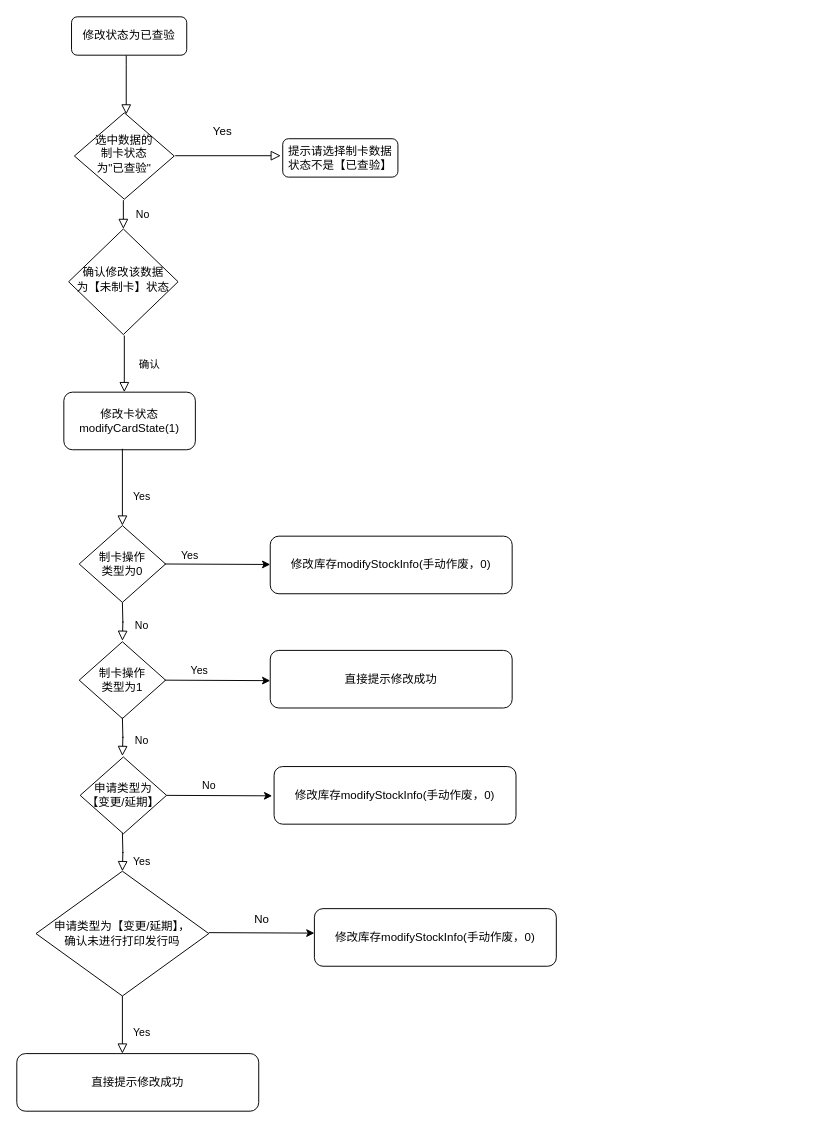
The draw.io diagram 修改为已查验流程 .drawio in plummylilin/git_learning, before the edit. Source tidied: cells renumbered, new cells numbered last; positions are measured from the earlier drawing's top-left corner, leaving out a move shared by most shapes. Both pictures are drawn from the tidied source at 96%, with x=0, y=0 at pixel (16, 16).
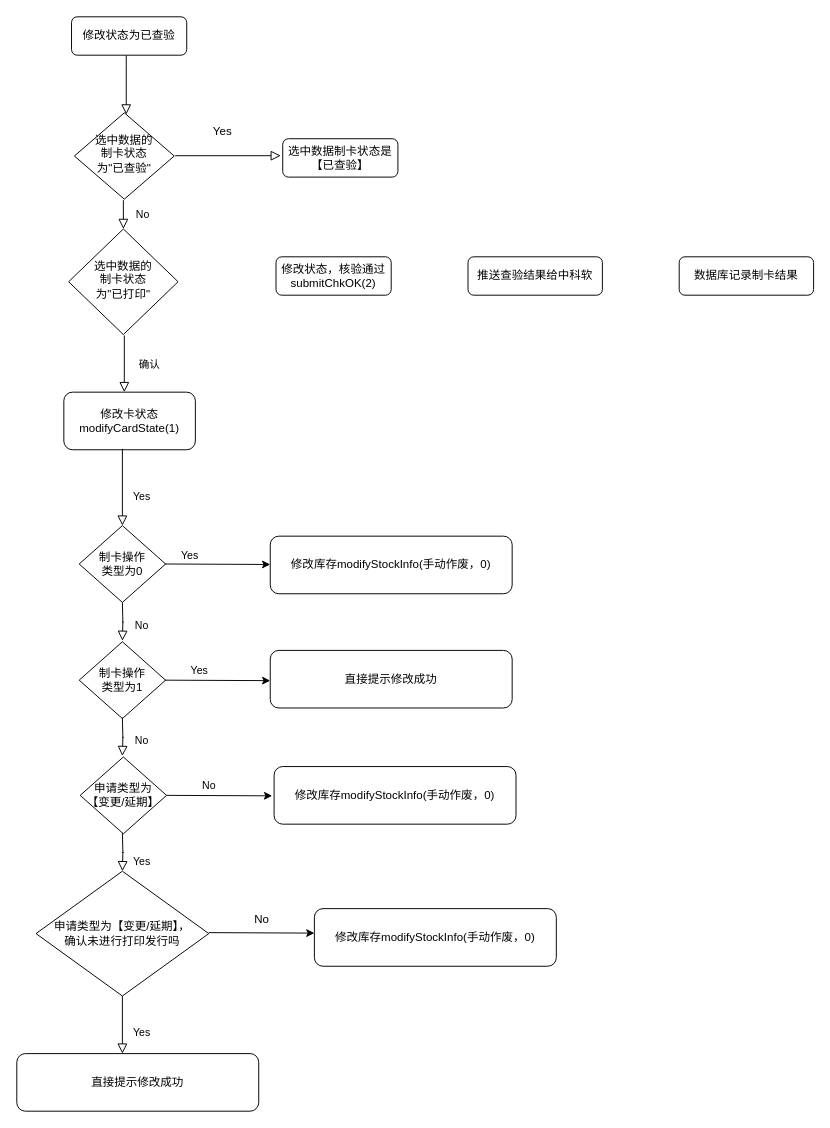
Above is the later version.

Commit message:
更新修改为已查验流程 .drawio

Change to the diagram source:
```diff
@@
-    <mxCell id="6" value="提示请选择制卡数据状态不是【已查验】" style="rounded=1;whiteSpace=wrap;html=1;fontSize=12;glass=0;strokeWidth=1;shadow=0;" parent="1" vertex="1">
+    <mxCell id="6" value="选中数据制卡状态是【已查验】" style="rounded=1;whiteSpace=wrap;html=1;fontSize=12;glass=0;strokeWidth=1;shadow=0;" parent="1" vertex="1">
       <mxGeometry x="277" y="127" width="120" height="40" as="geometry" />
     </mxCell>
-    <mxCell id="7" value="确认修改该数据&lt;br&gt;为【未制卡】状态" style="rhombus;whiteSpace=wrap;html=1;shadow=0;fontFamily=Helvetica;fontSize=12;align=center;strokeWidth=1;spacing=6;spacingTop=-4;" parent="1" vertex="1">
+    <mxCell id="7" value="选中数据的&lt;br&gt;制卡状态&lt;br&gt;为&quot;已打印&quot;" style="rhombus;whiteSpace=wrap;html=1;shadow=0;fontFamily=Helvetica;fontSize=12;align=center;strokeWidth=1;spacing=6;spacingTop=-4;" parent="1" vertex="1">
       <mxGeometry x="54" y="221" width="114" height="110" as="geometry" />
     </mxCell>
@@
+    <mxCell id="34" value="修改状态，核验通过&lt;br&gt;submitChkOK(2)" style="rounded=1;whiteSpace=wrap;html=1;fontSize=12;glass=0;strokeWidth=1;shadow=0;" parent="1" vertex="1">
+      <mxGeometry x="270" y="250" width="120" height="40" as="geometry" />
+    </mxCell>
+    <mxCell id="35" value="推送查验结果给中科软" style="rounded=1;whiteSpace=wrap;html=1;fontSize=12;glass=0;strokeWidth=1;shadow=0;" parent="1" vertex="1">
+      <mxGeometry x="470" y="250" width="140" height="40" as="geometry" />
+    </mxCell>
+    <mxCell id="36" value="&lt;span&gt;数据库记录制卡结果&lt;/span&gt;" style="rounded=1;whiteSpace=wrap;html=1;fontSize=12;glass=0;strokeWidth=1;shadow=0;" parent="1" vertex="1">
+      <mxGeometry x="690" y="250" width="140" height="40" as="geometry" />
+    </mxCell>
```
